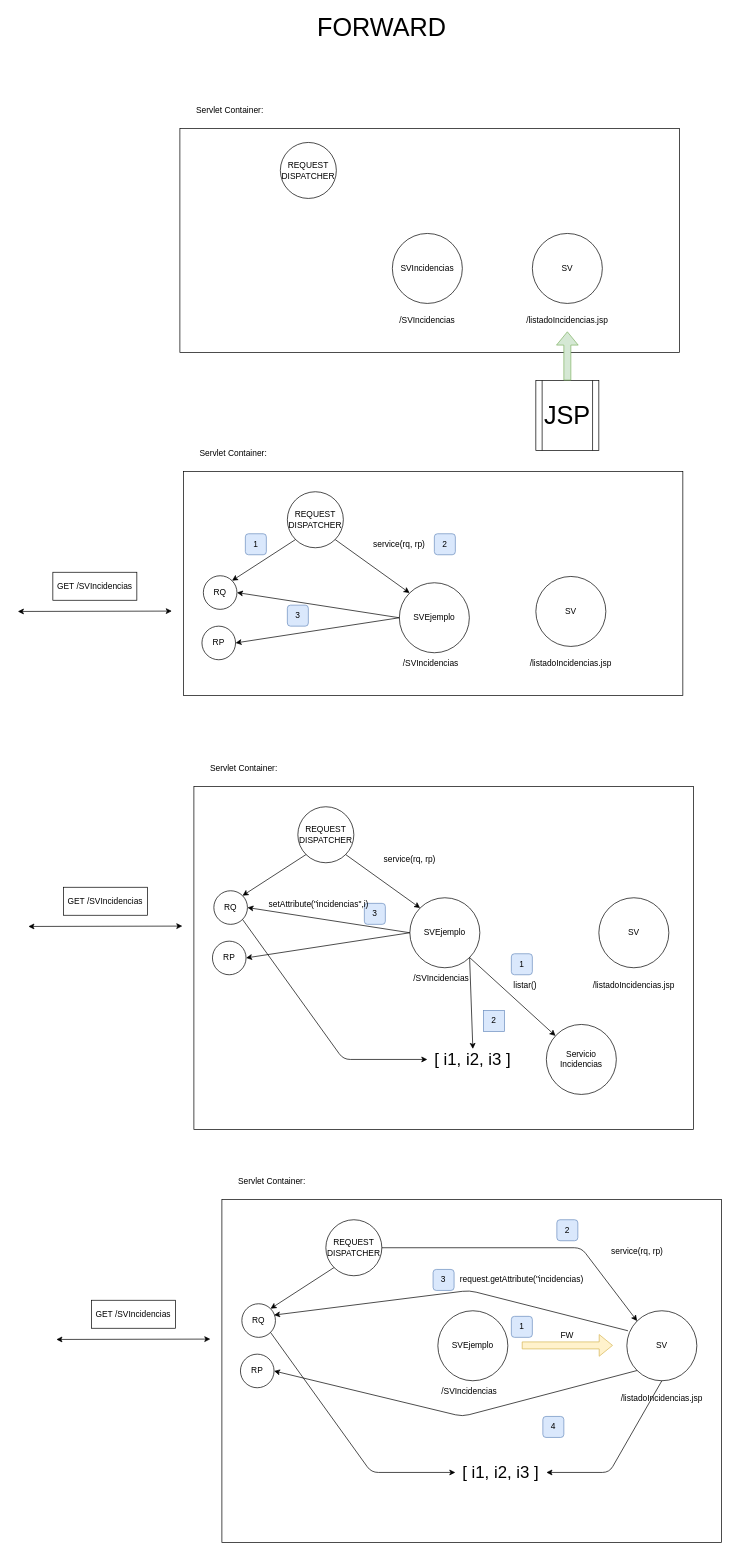
The draw.io diagram page "Página-7" (7 of 30) of diagramas.drawio in lrag/JEE, before the edit. Source tidied: cells renumbered, new cells numbered last; positions are measured from the earlier drawing's top-left corner, leaving out a move shared by most shapes. Both pictures are drawn from the tidied source at 70%, with x=0, y=0 at pixel (18, 16).
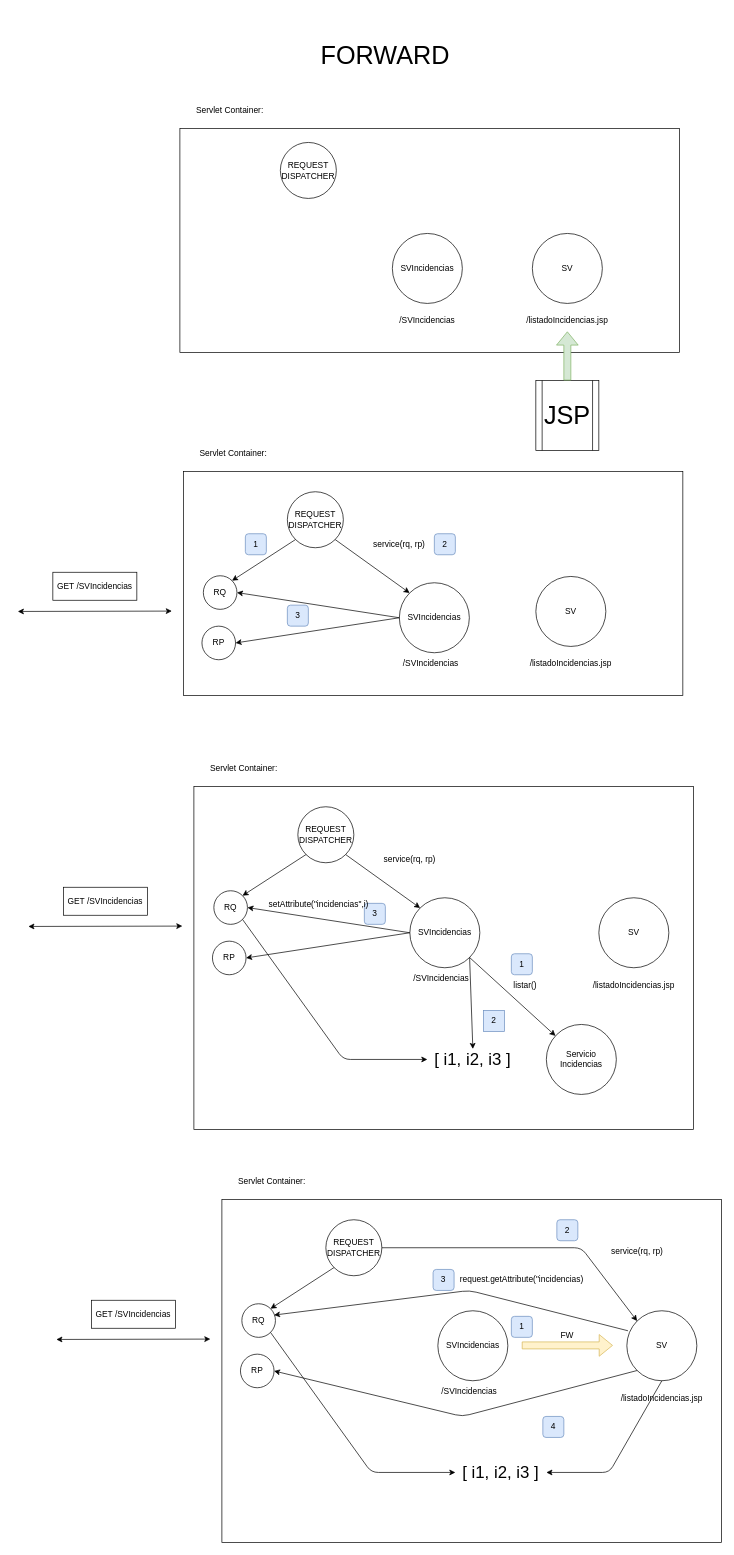
The same page after the edit.

Change to the diagram source:
```diff
@@
     <mxCell id="2" value="&lt;font style=&quot;font-size: 36px;&quot;&gt;FORWARD&lt;/font&gt;" style="text;html=1;strokeColor=none;fillColor=none;align=center;verticalAlign=middle;whiteSpace=wrap;rounded=0;" parent="1" vertex="1">
-      <mxGeometry x="490" width="60" height="30" as="geometry" />
+      <mxGeometry x="495" y="40" width="60" height="30" as="geometry" />
     </mxCell>
@@
-    <mxCell id="19" value="SVEjemplo" style="ellipse;whiteSpace=wrap;html=1;fillColor=none;" parent="1" vertex="1">
+    <mxCell id="19" value="SVIncidencias" style="ellipse;whiteSpace=wrap;html=1;fillColor=none;" parent="1" vertex="1">
       <mxGeometry x="545" y="809" width="100" height="100" as="geometry" />
     </mxCell>
@@
-    <mxCell id="38" value="SVEjemplo" style="ellipse;whiteSpace=wrap;html=1;fillColor=none;" parent="1" vertex="1">
+    <mxCell id="38" value="SVIncidencias" style="ellipse;whiteSpace=wrap;html=1;fillColor=none;" parent="1" vertex="1">
       <mxGeometry x="560" y="1259" width="100" height="100" as="geometry" />
     </mxCell>
@@
-    <mxCell id="64" value="SVEjemplo" style="ellipse;whiteSpace=wrap;html=1;fillColor=none;" parent="1" vertex="1">
+    <mxCell id="64" value="SVIncidencias" style="ellipse;whiteSpace=wrap;html=1;fillColor=none;" parent="1" vertex="1">
       <mxGeometry x="600" y="1849" width="100" height="100" as="geometry" />
     </mxCell>
```
